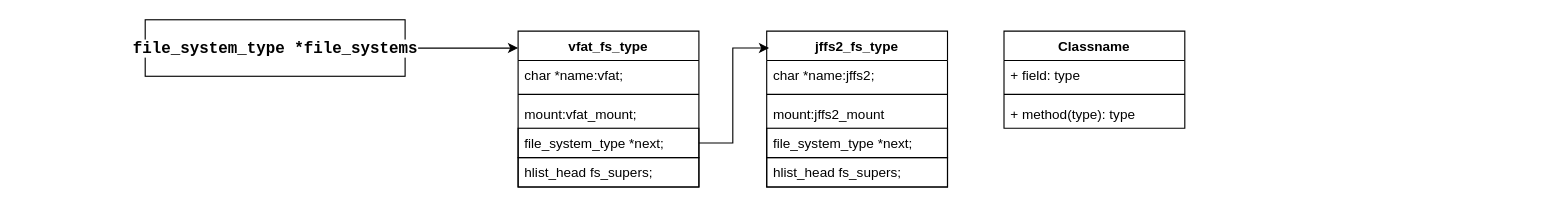
Earlier version of the draw.io diagram Linux FS数据UML图.drawio (zhangmeizhen/test2). Source tidied: cells renumbered, new cells numbered last; positions are measured from the earlier drawing's top-left corner, leaving out a move shared by most shapes. Both pictures are drawn from the tidied source at 113%, with x=0, y=0 at pixel (145, 19).
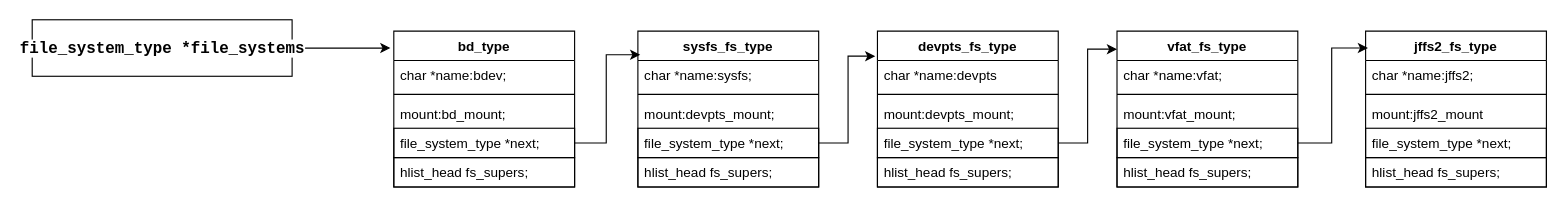
Above is the later version.

Diff of the diagram source:
```diff
@@
-    <mxCell id="2" style="edgeStyle=orthogonalEdgeStyle;rounded=0;jettySize=auto;html=1;entryX=0;entryY=0.109;entryDx=0;entryDy=0;entryPerimeter=0;fontSize=12;" parent="1" edge="1" source="3" target="4">
-      <mxGeometry relative="1" as="geometry" />
-    </mxCell>
+    <mxCell id="21" style="edgeStyle=orthogonalEdgeStyle;rounded=0;jettySize=auto;html=1;entryX=-0.019;entryY=0.109;entryDx=0;entryDy=0;entryPerimeter=0;fontSize=12;" parent="1" edge="1" source="3" target="24">
+      <mxGeometry relative="1" as="geometry" />
+    </mxCell>
     <mxCell id="3" value="&lt;font style=&quot;font-size: 14px&quot;&gt;&lt;b&gt;&lt;span style=&quot;font-family: &amp;#34;droid sans mono&amp;#34; , monospace , monospace , &amp;#34;droid sans fallback&amp;#34; ; text-align: left ; background-color: rgb(255 , 255 , 255)&quot;&gt;file_system_type&amp;nbsp;&lt;/span&gt;&lt;span style=&quot;font-family: &amp;#34;droid sans mono&amp;#34; , monospace , monospace , &amp;#34;droid sans fallback&amp;#34; ; text-align: left ; background-color: rgb(255 , 255 , 255)&quot;&gt;*file_systems&lt;/span&gt;&lt;/b&gt;&lt;/font&gt;" style="html=1;" parent="1" vertex="1">
-      <mxGeometry width="230" height="50" as="geometry" />
+      <mxGeometry x="-100" width="230" height="50" as="geometry" />
     </mxCell>
     <mxCell id="4" value="vfat_fs_type" style="swimlane;fontStyle=1;align=center;verticalAlign=top;horizontal=1;startSize=26;strokeColor=#000000;fillColor=none;gradientColor=none;" parent="1" vertex="1">
-      <mxGeometry x="330" y="10" width="160" height="138" as="geometry" />
+      <mxGeometry x="860" y="10" width="160" height="138" as="geometry" />
     </mxCell>
@@
     <mxCell id="10" value="jffs2_fs_type" style="swimlane;fontStyle=1;align=center;verticalAlign=top;horizontal=1;startSize=26;strokeColor=#000000;fillColor=none;gradientColor=none;" parent="1" vertex="1">
-      <mxGeometry x="550" y="10" width="160" height="138" as="geometry" />
+      <mxGeometry x="1080" y="10" width="160" height="138" as="geometry" />
     </mxCell>
@@
-    <mxCell id="17" value="Classname" style="swimlane;fontStyle=1;align=center;verticalAlign=top;horizontal=1;startSize=26;strokeColor=#000000;fillColor=none;gradientColor=none;" parent="1" vertex="1">
-      <mxGeometry x="760" y="10" width="160" height="86" as="geometry" />
+    <mxCell id="17" value="sysfs_fs_type" style="swimlane;fontStyle=1;align=center;verticalAlign=top;horizontal=1;startSize=26;strokeColor=#000000;fillColor=none;gradientColor=none;" parent="1" vertex="1">
+      <mxGeometry x="436" y="10" width="160" height="138" as="geometry" />
     </mxCell>
-    <mxCell id="18" value="+ field: type" style="text;strokeColor=none;fillColor=none;align=left;verticalAlign=top;spacingLeft=4;spacingRight=4;overflow=hidden;" parent="17" vertex="1">
+    <mxCell id="18" value="char *name:sysfs;" style="text;strokeColor=none;fillColor=none;align=left;verticalAlign=top;spacingLeft=4;spacingRight=4;overflow=hidden;" parent="17" vertex="1">
       <mxGeometry y="26" width="160" height="26" as="geometry" />
     </mxCell>
@@
-    <mxCell id="20" value="+ method(type): type" style="text;strokeColor=none;fillColor=none;align=left;verticalAlign=top;spacingLeft=4;spacingRight=4;overflow=hidden;" parent="17" vertex="1">
+    <mxCell id="20" value="mount:devpts_mount;" style="text;strokeColor=none;fillColor=none;align=left;verticalAlign=top;spacingLeft=4;spacingRight=4;overflow=hidden;" parent="17" vertex="1">
       <mxGeometry y="60" width="160" height="26" as="geometry" />
     </mxCell>
+    <mxCell id="22" value="file_system_type *next;" style="text;align=left;verticalAlign=top;spacingLeft=4;spacingRight=4;overflow=hidden;points=[[0,0.5],[1,0.5]];portConstraint=eastwest;strokeColor=#000000;" parent="17" vertex="1">
+      <mxGeometry y="86" width="160" height="26" as="geometry" />
+    </mxCell>
+    <mxCell id="23" value="hlist_head fs_supers; " style="text;align=left;verticalAlign=top;spacingLeft=4;spacingRight=4;overflow=hidden;strokeColor=#000000;" parent="17" vertex="1">
+      <mxGeometry y="112" width="160" height="26" as="geometry" />
+    </mxCell>
+    <mxCell id="24" value="bd_type" style="swimlane;fontStyle=1;align=center;verticalAlign=top;horizontal=1;startSize=26;strokeColor=#000000;fillColor=none;gradientColor=none;" parent="1" vertex="1">
+      <mxGeometry x="220" y="10" width="160" height="138" as="geometry" />
+    </mxCell>
+    <mxCell id="25" value="char *name:bdev;" style="text;strokeColor=none;fillColor=none;align=left;verticalAlign=top;spacingLeft=4;spacingRight=4;overflow=hidden;" parent="24" vertex="1">
+      <mxGeometry y="26" width="160" height="26" as="geometry" />
+    </mxCell>
+    <mxCell id="26" style="line;strokeWidth=1;fillColor=none;align=left;verticalAlign=middle;spacingTop=-1;spacingLeft=3;spacingRight=3;labelPosition=right;" parent="24" vertex="1">
+      <mxGeometry y="52" width="160" height="8" as="geometry" />
+    </mxCell>
+    <mxCell id="27" value="mount:bd_mount;" style="text;strokeColor=none;fillColor=none;align=left;verticalAlign=top;spacingLeft=4;spacingRight=4;overflow=hidden;" parent="24" vertex="1">
+      <mxGeometry y="60" width="160" height="26" as="geometry" />
+    </mxCell>
+    <mxCell id="28" value="file_system_type *next;" style="text;fillColor=none;align=left;verticalAlign=top;spacingLeft=4;spacingRight=4;overflow=hidden;points=[[0,0.5],[1,0.5]];portConstraint=eastwest;strokeColor=#000000;" parent="24" vertex="1">
+      <mxGeometry y="86" width="160" height="26" as="geometry" />
+    </mxCell>
+    <mxCell id="29" value="hlist_head fs_supers; " style="text;fillColor=none;align=left;verticalAlign=top;spacingLeft=4;spacingRight=4;overflow=hidden;strokeColor=#000000;" parent="24" vertex="1">
+      <mxGeometry y="112" width="160" height="26" as="geometry" />
+    </mxCell>
+    <mxCell id="30" value="devpts_fs_type" style="swimlane;fontStyle=1;align=center;verticalAlign=top;horizontal=1;startSize=26;strokeColor=#000000;fillColor=none;gradientColor=none;" parent="1" vertex="1">
+      <mxGeometry x="648" y="10" width="160" height="138" as="geometry" />
+    </mxCell>
+    <mxCell id="31" value="char *name:devpts" style="text;strokeColor=none;fillColor=none;align=left;verticalAlign=top;spacingLeft=4;spacingRight=4;overflow=hidden;" parent="30" vertex="1">
+      <mxGeometry y="26" width="160" height="26" as="geometry" />
+    </mxCell>
+    <mxCell id="32" style="line;strokeWidth=1;fillColor=none;align=left;verticalAlign=middle;spacingTop=-1;spacingLeft=3;spacingRight=3;labelPosition=right;" parent="30" vertex="1">
+      <mxGeometry y="52" width="160" height="8" as="geometry" />
+    </mxCell>
+    <mxCell id="33" value="mount:devpts_mount;" style="text;strokeColor=none;fillColor=none;align=left;verticalAlign=top;spacingLeft=4;spacingRight=4;overflow=hidden;" parent="30" vertex="1">
+      <mxGeometry y="60" width="160" height="26" as="geometry" />
+    </mxCell>
+    <mxCell id="34" value="file_system_type *next;" style="text;fillColor=none;align=left;verticalAlign=top;spacingLeft=4;spacingRight=4;overflow=hidden;points=[[0,0.5],[1,0.5]];portConstraint=eastwest;strokeColor=#000000;" parent="30" vertex="1">
+      <mxGeometry y="86" width="160" height="26" as="geometry" />
+    </mxCell>
+    <mxCell id="35" value="hlist_head fs_supers; " style="text;fillColor=none;align=left;verticalAlign=top;spacingLeft=4;spacingRight=4;overflow=hidden;strokeColor=#000000;" parent="30" vertex="1">
+      <mxGeometry y="112" width="160" height="26" as="geometry" />
+    </mxCell>
+    <mxCell id="36" style="edgeStyle=orthogonalEdgeStyle;rounded=0;jettySize=auto;html=1;entryX=0.013;entryY=0.152;entryDx=0;entryDy=0;entryPerimeter=0;fontSize=12;" parent="1" edge="1" source="28" target="17">
+      <mxGeometry relative="1" as="geometry" />
+    </mxCell>
+    <mxCell id="37" style="edgeStyle=orthogonalEdgeStyle;rounded=0;jettySize=auto;html=1;entryX=-0.012;entryY=0.161;entryDx=0;entryDy=0;entryPerimeter=0;fontSize=12;" parent="1" edge="1" source="22" target="30">
+      <mxGeometry relative="1" as="geometry" />
+    </mxCell>
+    <mxCell id="38" style="edgeStyle=orthogonalEdgeStyle;rounded=0;jettySize=auto;html=1;entryX=0;entryY=0.116;entryDx=0;entryDy=0;entryPerimeter=0;fontSize=12;" parent="1" edge="1" source="34" target="4">
+      <mxGeometry relative="1" as="geometry" />
+    </mxCell>
```
